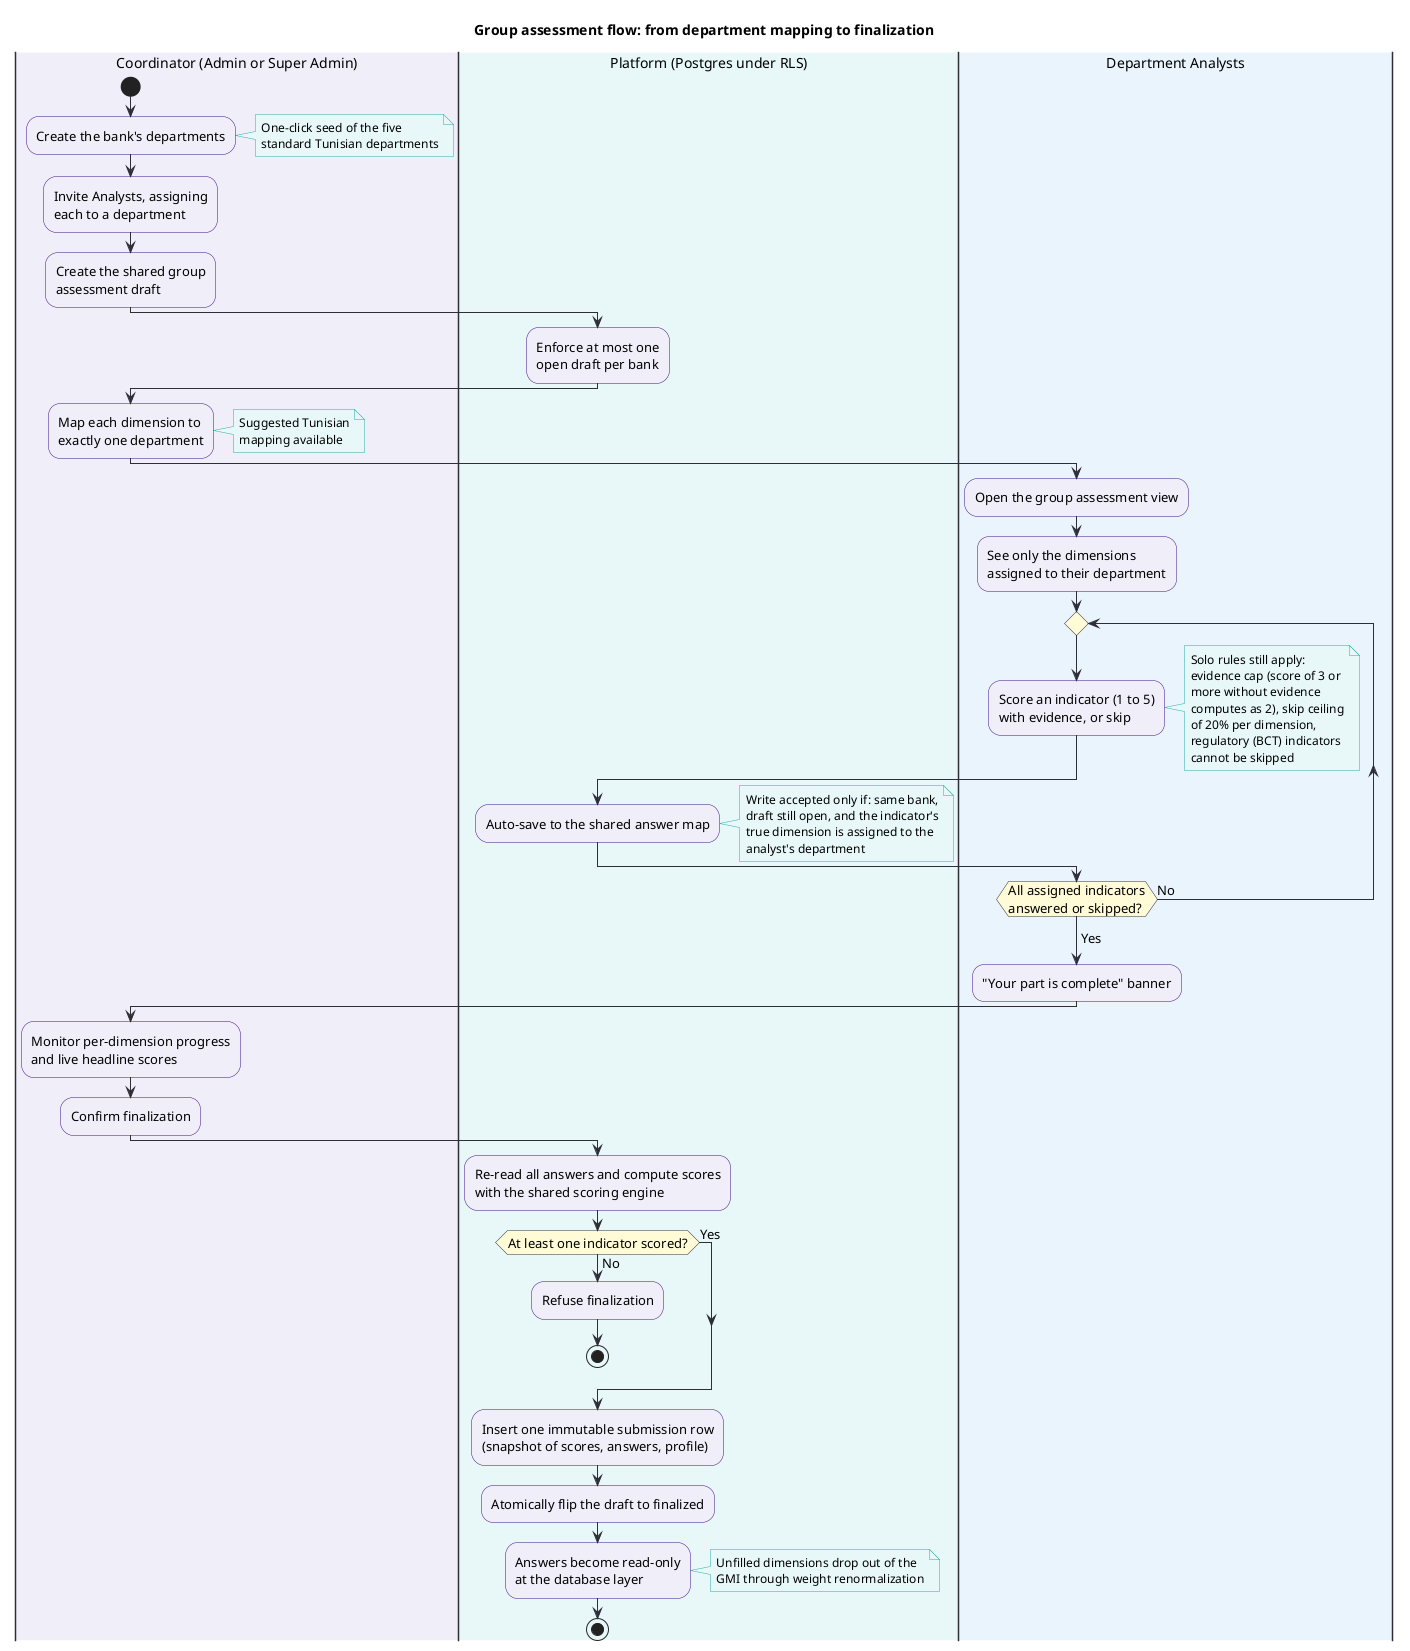
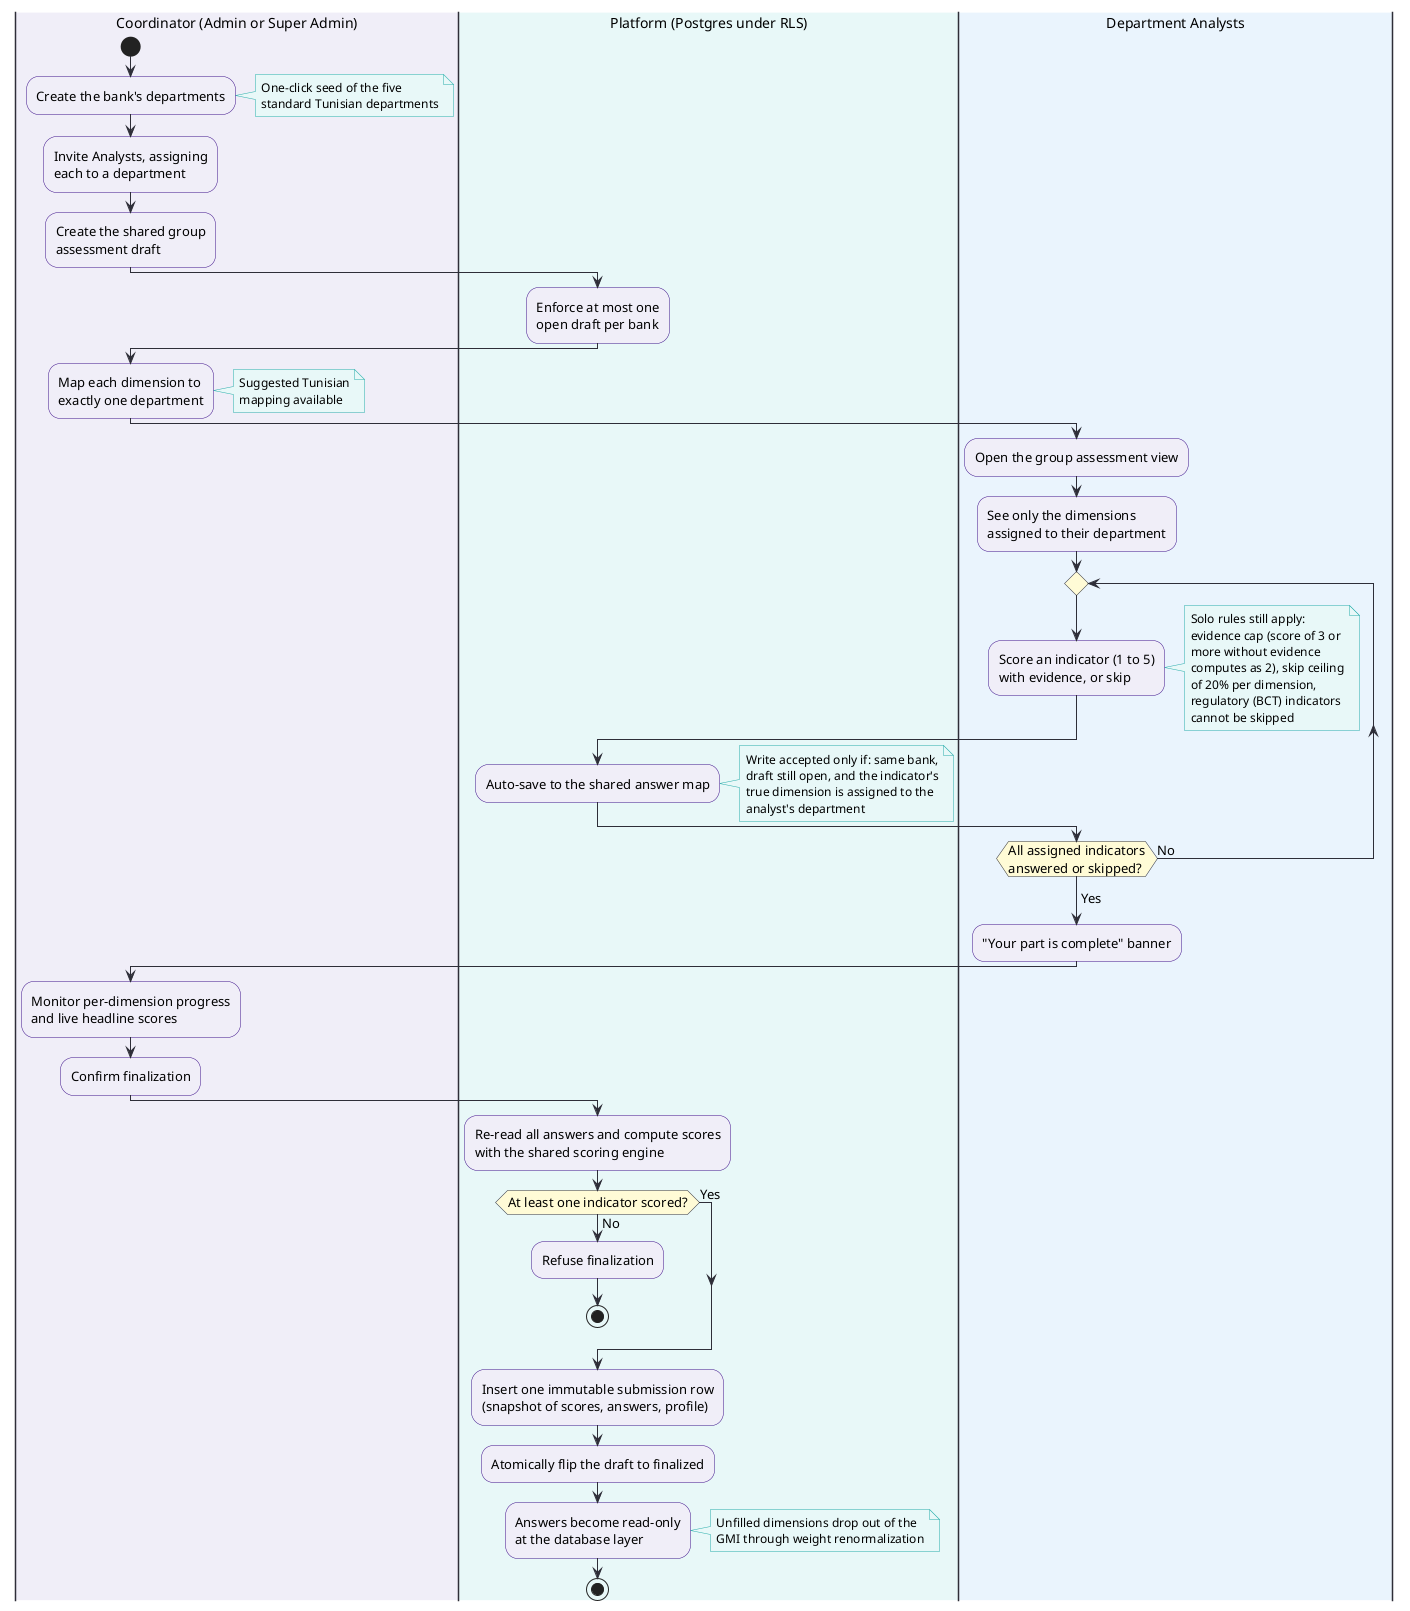
@startuml group-assessment-flow
skinparam backgroundColor white
skinparam defaultFontSize 13
skinparam activityBackgroundColor #F0EEF8
skinparam activityBorderColor #3D108A
skinparam activityArrowColor #2E2E38
skinparam activityFontSize 13
skinparam activityDiamondBackgroundColor #FFFBD6
skinparam activityDiamondBorderColor #2E2E38
skinparam activityDiamondFontSize 13
skinparam noteBackgroundColor #E8F8F8
skinparam noteBorderColor #27ACAA
skinparam noteFontSize 12
skinparam swimlaneTitleFontSize 14
skinparam swimlaneBorderColor #2E2E38

- title Group assessment flow: from department mapping to finalization

|#F0EEF8|Coordinator (Admin or Super Admin)|
start
:Create the bank's departments;
note right
  One-click seed of the five
  standard Tunisian departments
end note
:Invite Analysts, assigning
each to a department;
:Create the shared group
assessment draft;
|#E8F8F8|Platform (Postgres under RLS)|
:Enforce at most one
open draft per bank;
|#F0EEF8|Coordinator (Admin or Super Admin)|
:Map each dimension to
exactly one department;
note right
  Suggested Tunisian
  mapping available
end note
|#EAF4FD|Department Analysts|
:Open the group assessment view;
:See only the dimensions
assigned to their department;
repeat
  :Score an indicator (1 to 5)
  with evidence, or skip;
  note right
    Solo rules still apply:
    evidence cap (score of 3 or
    more without evidence
    computes as 2), skip ceiling
    of 20% per dimension,
    regulatory (BCT) indicators
    cannot be skipped
  end note
  |#E8F8F8|Platform (Postgres under RLS)|
  :Auto-save to the shared answer map;
  note right
    Write accepted only if: same bank,
    draft still open, and the indicator's
    true dimension is assigned to the
    analyst's department
  end note
  |#EAF4FD|Department Analysts|
repeat while (All assigned indicators\nanswered or skipped?) is (No)
-> Yes;
:"Your part is complete" banner;
|#F0EEF8|Coordinator (Admin or Super Admin)|
:Monitor per-dimension progress
and live headline scores;
:Confirm finalization;
|#E8F8F8|Platform (Postgres under RLS)|
:Re-read all answers and compute scores
with the shared scoring engine;
if (At least one indicator scored?) then (No)
  :Refuse finalization;
  stop
else (Yes)
endif
:Insert one immutable submission row
(snapshot of scores, answers, profile);
:Atomically flip the draft to finalized;
:Answers become read-only
at the database layer;
note right
  Unfilled dimensions drop out of the
  GMI through weight renormalization
end note
stop

@enduml
